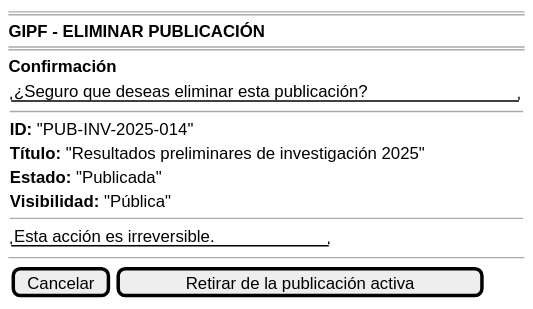
beatriizorozco/25-26-idsw2-sdVC keeps this PlantUML diagram as images/RUP/00-casos-uso/02-detalle/investigador/eliminarPublicacion/eliminarPublicacion-wireframe.svg. Above is the earlier version.
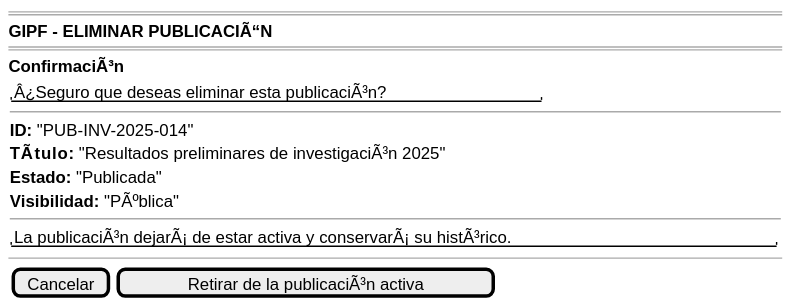
After the commit.

Diff of the diagram source:
```diff
@@ -1,25 +1,25 @@
 @startsalt eliminarPublicacion-wireframe
 {
     ====
-    <b>GIPF - ELIMINAR PUBLICACIÓN</b>
+    <b>GIPF - ELIMINAR PUBLICACIÃ“N</b>
     ====
 
-    <b>Confirmación</b>
+    <b>ConfirmaciÃ³n</b>
     {
-        "¿Seguro que deseas eliminar esta publicación?"
+        "Â¿Seguro que deseas eliminar esta publicaciÃ³n?"
 
         --
         <b>ID:</b> "PUB-INV-2025-014"
-        <b>Título:</b> "Resultados preliminares de investigación 2025"
+        <b>TÃ­tulo:</b> "Resultados preliminares de investigaciÃ³n 2025"
         <b>Estado:</b> "Publicada"
-        <b>Visibilidad:</b> "Pública"
+        <b>Visibilidad:</b> "PÃºblica"
 
         --
-        "Esta acción es irreversible."
+        "La publicaciÃ³n dejarÃ¡ de estar activa y conservarÃ¡ su histÃ³rico."
     }
 
     --
 
-    { [Cancelar] | [Retirar de la publicación activa] }
+    { [Cancelar] | [Retirar de la publicaciÃ³n activa] }
 }
 @endsalt
```
